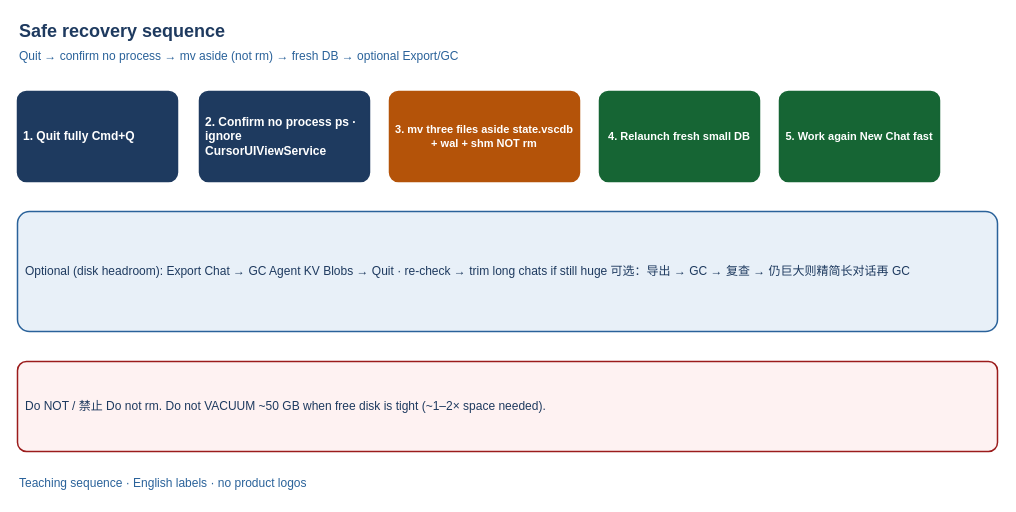
Before: figures/schematic/recovery-flow/template.drawio in Xuzhen-Li/cursor-state-vscdb, a draw.io diagram. Source tidied: cells renumbered, new cells numbered last; positions are measured from the earlier drawing's top-left corner, leaving out a move shared by most shapes. Both pictures are drawn from the tidied source at 100%, with x=0, y=0 at pixel (17, 17).
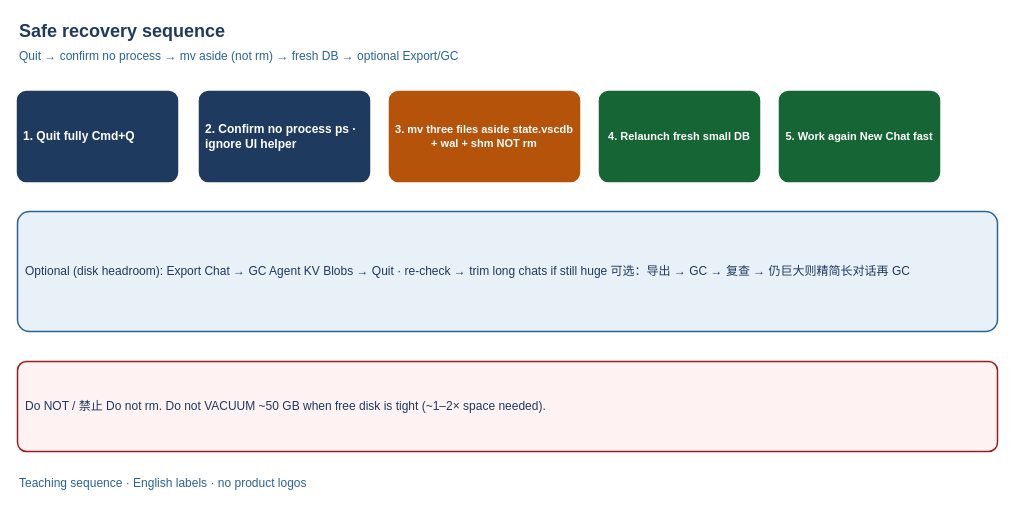
The same page after the edit.

Change to the diagram source:
```diff
@@
 <mxGraphModel>
   <root>
     <mxCell id="0" />
     <mxCell id="1" parent="0" />
     <mxCell id="2" value="Safe recovery sequence" style="text;html=1;strokeColor=none;fillColor=none;align=left;verticalAlign=middle;fontFamily=Arial;fontSize=18;fontStyle=1;fontColor=#1e3a5f;" parent="1" vertex="1">
       <mxGeometry width="980" height="28" as="geometry" />
     </mxCell>
     <mxCell id="3" value="Quit → confirm no process → mv aside (not rm) → fresh DB → optional Export/GC" style="text;html=1;strokeColor=none;fillColor=none;align=left;verticalAlign=middle;fontFamily=Arial;fontSize=12;fontColor=#2A629A;" parent="1" vertex="1">
       <mxGeometry y="28" width="980" height="22" as="geometry" />
     </mxCell>
     <mxCell id="4" value="1. Quit fully&amp;#xa;Cmd+Q" style="rounded=1;whiteSpace=wrap;html=1;arcSize=10;strokeColor=#1e3a5f;strokeWidth=1.5;fillColor=#1e3a5f;fontFamily=Arial;fontSize=12;fontColor=#FFFFFF;fontStyle=1;align=left;spacing=6;" parent="1" vertex="1">
       <mxGeometry y="74" width="160" height="90" as="geometry" />
     </mxCell>
-    <mxCell id="5" value="2. Confirm no process&amp;#xa;ps · ignore CursorUIViewService" style="rounded=1;whiteSpace=wrap;html=1;arcSize=10;strokeColor=#1e3a5f;strokeWidth=1.5;fillColor=#1e3a5f;fontFamily=Arial;fontSize=12;fontColor=#FFFFFF;fontStyle=1;align=left;spacing=6;" parent="1" vertex="1">
+    <mxCell id="5" value="2. Confirm no process&amp;#xa;ps · ignore UI helper" style="rounded=1;whiteSpace=wrap;html=1;arcSize=10;strokeColor=#1e3a5f;strokeWidth=1.5;fillColor=#1e3a5f;fontFamily=Arial;fontSize=12;fontColor=#FFFFFF;fontStyle=1;align=left;spacing=6;" parent="1" vertex="1">
       <mxGeometry x="182" y="74" width="170" height="90" as="geometry" />
     </mxCell>
     <mxCell id="6" value="3. mv three files aside&amp;#xa;state.vscdb + wal + shm&amp;#xa;NOT rm" style="rounded=1;whiteSpace=wrap;html=1;arcSize=10;strokeColor=#B45309;strokeWidth=1.5;fillColor=#B45309;fontFamily=Arial;fontSize=11;fontColor=#FFFFFF;fontStyle=1;align=center;spacing=4;" parent="1" vertex="1">
       <mxGeometry x="372" y="74" width="190" height="90" as="geometry" />
     </mxCell>
     <mxCell id="7" value="4. Relaunch&amp;#xa;fresh small DB" style="rounded=1;whiteSpace=wrap;html=1;arcSize=10;strokeColor=#166534;strokeWidth=1.5;fillColor=#166534;fontFamily=Arial;fontSize=11;fontColor=#FFFFFF;fontStyle=1;align=center;spacing=4;" parent="1" vertex="1">
       <mxGeometry x="582" y="74" width="160" height="90" as="geometry" />
     </mxCell>
     <mxCell id="8" value="5. Work again&amp;#xa;New Chat fast" style="rounded=1;whiteSpace=wrap;html=1;arcSize=10;strokeColor=#166534;strokeWidth=1.5;fillColor=#166534;fontFamily=Arial;fontSize=11;fontColor=#FFFFFF;fontStyle=1;align=center;spacing=4;" parent="1" vertex="1">
       <mxGeometry x="762" y="74" width="160" height="90" as="geometry" />
     </mxCell>
     <mxCell id="9" value="Optional (disk headroom): Export Chat → GC Agent KV Blobs → Quit · re-check → trim long chats if still huge&amp;#xa;可选：导出 → GC → 复查 → 仍巨大则精简长对话再 GC" style="rounded=1;whiteSpace=wrap;html=1;arcSize=10;strokeColor=#2A629A;strokeWidth=1.5;fillColor=#E8F0F8;fontFamily=Arial;fontSize=12;fontColor=#1e3a5f;align=left;spacing=8;" parent="1" vertex="1">
       <mxGeometry y="194" width="980" height="120" as="geometry" />
     </mxCell>
     <mxCell id="10" value="Do NOT / 禁止&amp;#xa;Do not rm. Do not VACUUM ~50 GB when free disk is tight (~1–2× space needed)." style="rounded=1;whiteSpace=wrap;html=1;arcSize=10;strokeColor=#9B1C1C;strokeWidth=1.5;fillColor=#FEF2F2;fontFamily=Arial;fontSize=12;fontColor=#1e3a5f;align=left;spacing=8;" parent="1" vertex="1">
       <mxGeometry y="344" width="980" height="90" as="geometry" />
     </mxCell>
     <mxCell id="11" value="Teaching sequence · English labels · no product logos" style="text;html=1;strokeColor=none;fillColor=none;align=left;verticalAlign=middle;fontFamily=Arial;fontSize=12;fontColor=#2A629A;" parent="1" vertex="1">
       <mxGeometry y="454" width="980" height="24" as="geometry" />
     </mxCell>
   </root>
 </mxGraphModel>
```
